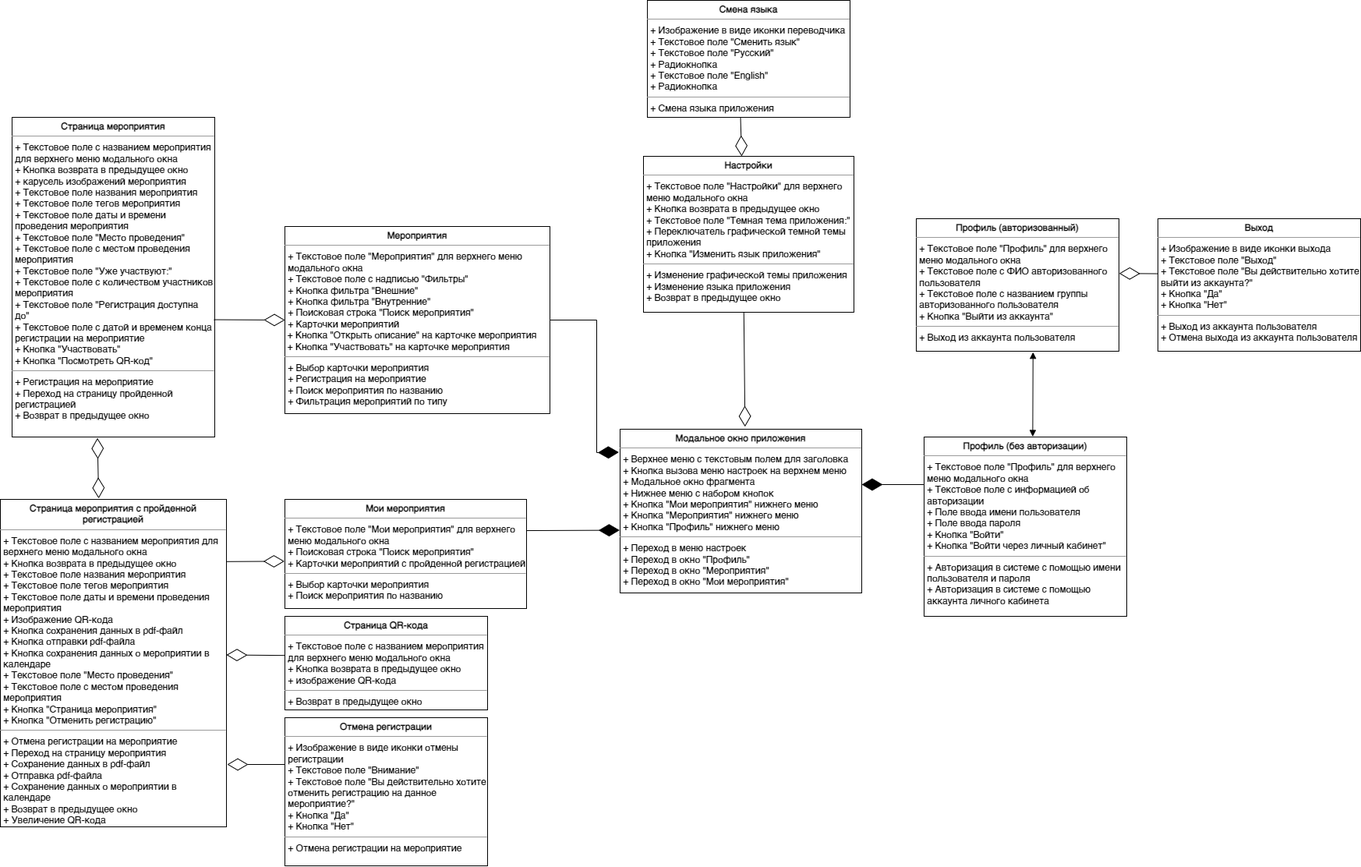
The draw.io diagram doc/Проектирование/new/Диаграмма интерфейсных классов/Диграмма интерфейсных классов-Страница 1.drawio.png in RUGameLink/projectQ, before a commit. Source tidied: cells renumbered, new cells last; positions are measured from the earlier drawing's top-left corner, leaving out a move shared by most shapes.
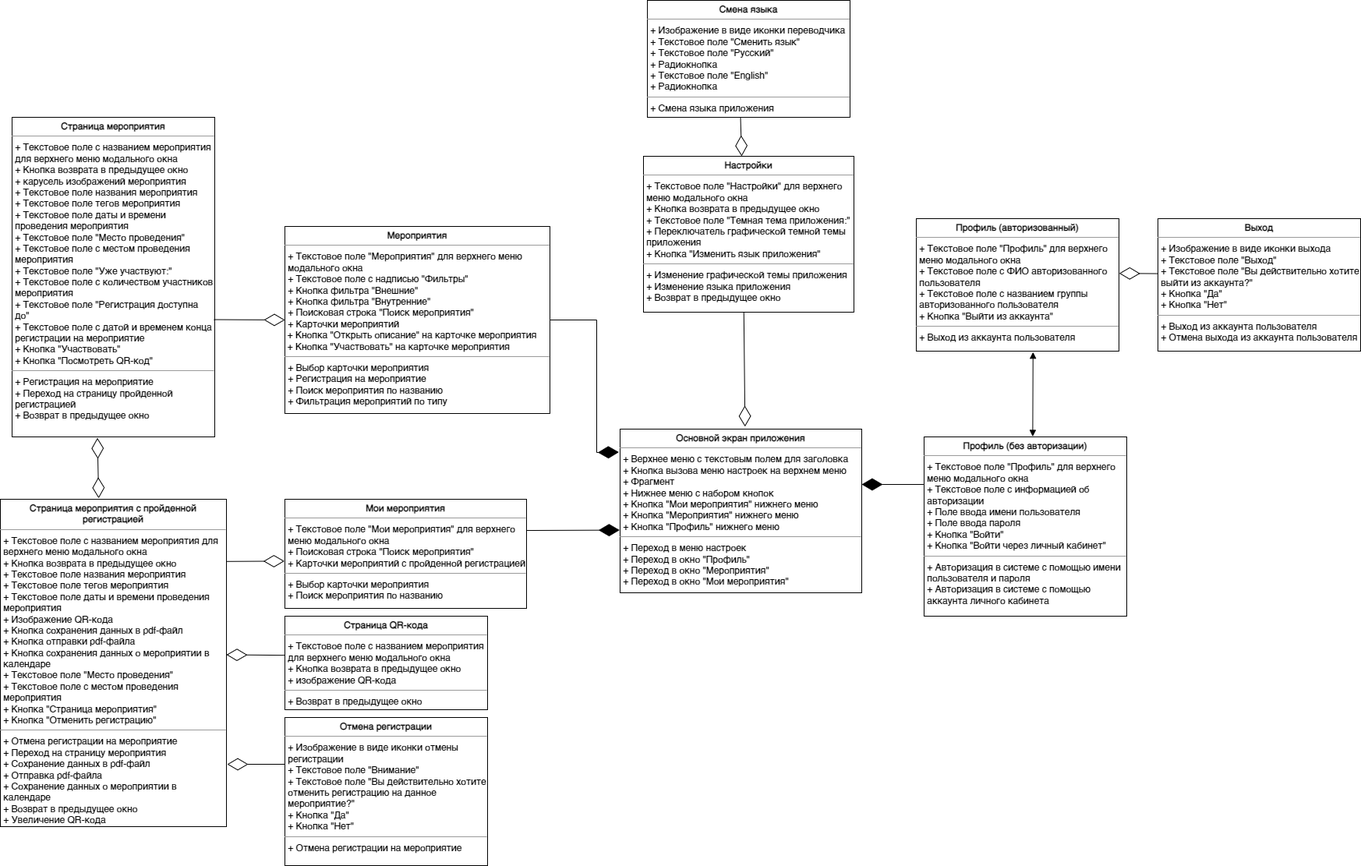
After the change.

Change to the diagram source:
```diff
@@ -20,7 +20,7 @@
     <mxCell id="7" value="&lt;p style=&quot;margin:0px;margin-top:4px;text-align:center;&quot;&gt;&lt;b&gt;Страница мероприятия с пройденной регистрацией&lt;/b&gt;&lt;/p&gt;&lt;hr size=&quot;1&quot;&gt;&lt;p style=&quot;margin:0px;margin-left:4px;&quot;&gt;+ Текстовое поле с названием мероприятия для верхнего меню модального окна&lt;br&gt;&lt;/p&gt;&lt;p style=&quot;margin:0px;margin-left:4px;&quot;&gt;+ Кнопка возврата в предыдущее окно&lt;br&gt;&lt;/p&gt;&lt;p style=&quot;margin:0px;margin-left:4px;&quot;&gt;+ Текстовое поле названия мероприятия&lt;/p&gt;&lt;p style=&quot;margin:0px;margin-left:4px;&quot;&gt;+ Текстовое поле тегов мероприятия&lt;/p&gt;&lt;p style=&quot;margin:0px;margin-left:4px;&quot;&gt;+ Текстовое поле даты и времени проведения мероприятия&lt;br&gt;&lt;/p&gt;&lt;p style=&quot;margin:0px;margin-left:4px;&quot;&gt;+ Изображение QR-кода&lt;/p&gt;&lt;p style=&quot;margin:0px;margin-left:4px;&quot;&gt;+ Кнопка сохранения данных в pdf-файл&lt;/p&gt;&lt;p style=&quot;margin:0px;margin-left:4px;&quot;&gt;+ Кнопка отправки pdf-файла&lt;/p&gt;&lt;p style=&quot;margin:0px;margin-left:4px;&quot;&gt;+ Кнопка сохранения данных о мероприятии в календаре&lt;/p&gt;&lt;p style=&quot;margin:0px;margin-left:4px;&quot;&gt;+ Текстовое поле &quot;Место проведения&quot;&lt;/p&gt;&lt;p style=&quot;margin:0px;margin-left:4px;&quot;&gt;+ Текстовое поле с местом проведения мероприятия&lt;/p&gt;&lt;p style=&quot;margin:0px;margin-left:4px;&quot;&gt;+ Кнопка &quot;Страница мероприятия&quot;&lt;/p&gt;&lt;p style=&quot;margin:0px;margin-left:4px;&quot;&gt;+ Кнопка &quot;Отменить регистрацию&quot;&lt;/p&gt;&lt;hr size=&quot;1&quot;&gt;&lt;p style=&quot;margin:0px;margin-left:4px;&quot;&gt;+ Отмена регистрации на мероприятие&lt;/p&gt;&lt;p style=&quot;margin:0px;margin-left:4px;&quot;&gt;+ Переход на страницу мероприятия&lt;/p&gt;&lt;p style=&quot;margin:0px;margin-left:4px;&quot;&gt;+ Сохранение данных в pdf-файл&lt;/p&gt;&lt;p style=&quot;margin:0px;margin-left:4px;&quot;&gt;+ Отправка pdf-файла&lt;/p&gt;&lt;p style=&quot;margin:0px;margin-left:4px;&quot;&gt;+ Сохранение данных о мероприятии в календаре&lt;/p&gt;&lt;p style=&quot;margin:0px;margin-left:4px;&quot;&gt;+ Возврат в предыдущее окно&lt;br&gt;&lt;/p&gt;&lt;p style=&quot;margin:0px;margin-left:4px;&quot;&gt;+ Увеличение QR-кода&lt;br&gt;&lt;/p&gt;" style="verticalAlign=top;align=left;overflow=fill;fontSize=12;fontFamily=Helvetica;html=1;whiteSpace=wrap;" parent="1" vertex="1">
       <mxGeometry y="640" width="290" height="420" as="geometry" />
     </mxCell>
-    <mxCell id="8" value="&lt;p style=&quot;margin:0px;margin-top:4px;text-align:center;&quot;&gt;&lt;b&gt;Модальное окно приложения&lt;/b&gt;&lt;/p&gt;&lt;hr size=&quot;1&quot;&gt;&lt;p style=&quot;border-color: var(--border-color); margin: 0px 0px 0px 4px;&quot;&gt;+ Верхнее меню с текстовым полем для заголовка&lt;/p&gt;&lt;p style=&quot;border-color: var(--border-color); margin: 0px 0px 0px 4px;&quot;&gt;+ Кнопка вызова меню настроек на верхнем меню&lt;/p&gt;&lt;p style=&quot;border-color: var(--border-color); margin: 0px 0px 0px 4px;&quot;&gt;+ Модальное окно фрагмента&lt;/p&gt;&lt;p style=&quot;margin:0px;margin-left:4px;&quot;&gt;+ Нижнее меню с набором кнопок&lt;/p&gt;&lt;p style=&quot;margin:0px;margin-left:4px;&quot;&gt;+ Кнопка &quot;Мои мероприятия&quot; нижнего меню&lt;br style=&quot;border-color: var(--border-color);&quot;&gt;+ Кнопка &quot;Мероприятия&quot; нижнего меню&lt;br style=&quot;border-color: var(--border-color);&quot;&gt;+ Кнопка &quot;Профиль&quot; нижнего меню&lt;br&gt;&lt;/p&gt;&lt;hr size=&quot;1&quot;&gt;&lt;p style=&quot;margin:0px;margin-left:4px;&quot;&gt;&lt;span style=&quot;background-color: initial;&quot;&gt;+ Переход в меню настроек&lt;/span&gt;&lt;br&gt;&lt;/p&gt;&lt;p style=&quot;border-color: var(--border-color); margin: 0px 0px 0px 4px;&quot;&gt;+ Переход в окно &quot;Профиль&quot;&lt;/p&gt;&lt;p style=&quot;border-color: var(--border-color); margin: 0px 0px 0px 4px;&quot;&gt;+ Переход в окно &quot;Мероприятия&quot;&lt;/p&gt;&lt;p style=&quot;border-color: var(--border-color); margin: 0px 0px 0px 4px;&quot;&gt;+ Переход в окно &quot;Мои мероприятия&quot;&lt;br&gt;&lt;/p&gt;" style="verticalAlign=top;align=left;overflow=fill;fontSize=12;fontFamily=Helvetica;html=1;whiteSpace=wrap;" parent="1" vertex="1">
+    <mxCell id="8" value="&lt;p style=&quot;margin:0px;margin-top:4px;text-align:center;&quot;&gt;&lt;b&gt;Основной экран приложения&lt;/b&gt;&lt;/p&gt;&lt;hr size=&quot;1&quot;&gt;&lt;p style=&quot;border-color: var(--border-color); margin: 0px 0px 0px 4px;&quot;&gt;+ Верхнее меню с текстовым полем для заголовка&lt;/p&gt;&lt;p style=&quot;border-color: var(--border-color); margin: 0px 0px 0px 4px;&quot;&gt;+ Кнопка вызова меню настроек на верхнем меню&lt;/p&gt;&lt;p style=&quot;border-color: var(--border-color); margin: 0px 0px 0px 4px;&quot;&gt;+ Фрагмент&lt;/p&gt;&lt;p style=&quot;margin:0px;margin-left:4px;&quot;&gt;+ Нижнее меню с набором кнопок&lt;/p&gt;&lt;p style=&quot;margin:0px;margin-left:4px;&quot;&gt;+ Кнопка &quot;Мои мероприятия&quot; нижнего меню&lt;br style=&quot;border-color: var(--border-color);&quot;&gt;+ Кнопка &quot;Мероприятия&quot; нижнего меню&lt;br style=&quot;border-color: var(--border-color);&quot;&gt;+ Кнопка &quot;Профиль&quot; нижнего меню&lt;br&gt;&lt;/p&gt;&lt;hr size=&quot;1&quot;&gt;&lt;p style=&quot;margin:0px;margin-left:4px;&quot;&gt;&lt;span style=&quot;background-color: initial;&quot;&gt;+ Переход в меню настроек&lt;/span&gt;&lt;br&gt;&lt;/p&gt;&lt;p style=&quot;border-color: var(--border-color); margin: 0px 0px 0px 4px;&quot;&gt;+ Переход в окно &quot;Профиль&quot;&lt;/p&gt;&lt;p style=&quot;border-color: var(--border-color); margin: 0px 0px 0px 4px;&quot;&gt;+ Переход в окно &quot;Мероприятия&quot;&lt;/p&gt;&lt;p style=&quot;border-color: var(--border-color); margin: 0px 0px 0px 4px;&quot;&gt;+ Переход в окно &quot;Мои мероприятия&quot;&lt;br&gt;&lt;/p&gt;" style="verticalAlign=top;align=left;overflow=fill;fontSize=12;fontFamily=Helvetica;html=1;whiteSpace=wrap;" parent="1" vertex="1">
       <mxGeometry x="795" y="550" width="310" height="210" as="geometry" />
     </mxCell>
     <mxCell id="9" value="&lt;p style=&quot;margin:0px;margin-top:4px;text-align:center;&quot;&gt;&lt;b style=&quot;border-color: var(--border-color);&quot;&gt;Профиль (авторизованный)&lt;/b&gt;&lt;br&gt;&lt;/p&gt;&lt;hr size=&quot;1&quot;&gt;&lt;p style=&quot;margin:0px;margin-left:4px;&quot;&gt;+ Текстовое поле &quot;Профиль&quot; для верхнего меню модального окна&lt;br&gt;&lt;/p&gt;&lt;p style=&quot;margin:0px;margin-left:4px;&quot;&gt;+ Текстовое поле с ФИО авторизованного пользователя&lt;/p&gt;&lt;p style=&quot;margin:0px;margin-left:4px;&quot;&gt;+ Текстовое поле с названием группы авторизованного пользователя&lt;/p&gt;&lt;p style=&quot;margin:0px;margin-left:4px;&quot;&gt;+ Кнопка &quot;Выйти из аккаунта&quot;&lt;/p&gt;&lt;hr size=&quot;1&quot;&gt;&lt;p style=&quot;margin:0px;margin-left:4px;&quot;&gt;+ Выход из аккаунта пользователя&lt;/p&gt;" style="verticalAlign=top;align=left;overflow=fill;fontSize=12;fontFamily=Helvetica;html=1;whiteSpace=wrap;" parent="1" vertex="1">
```
